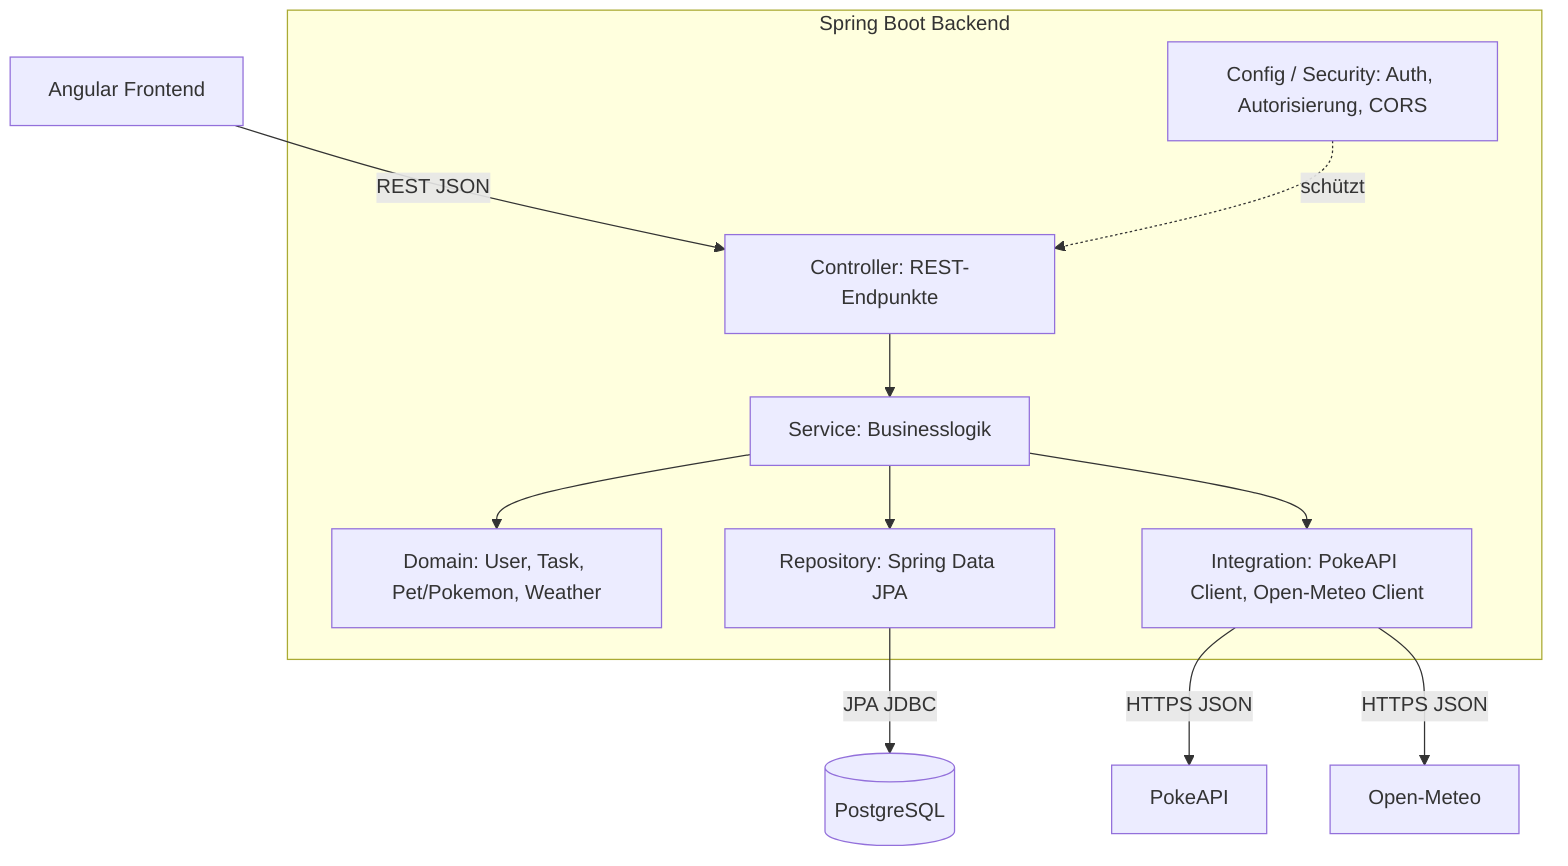
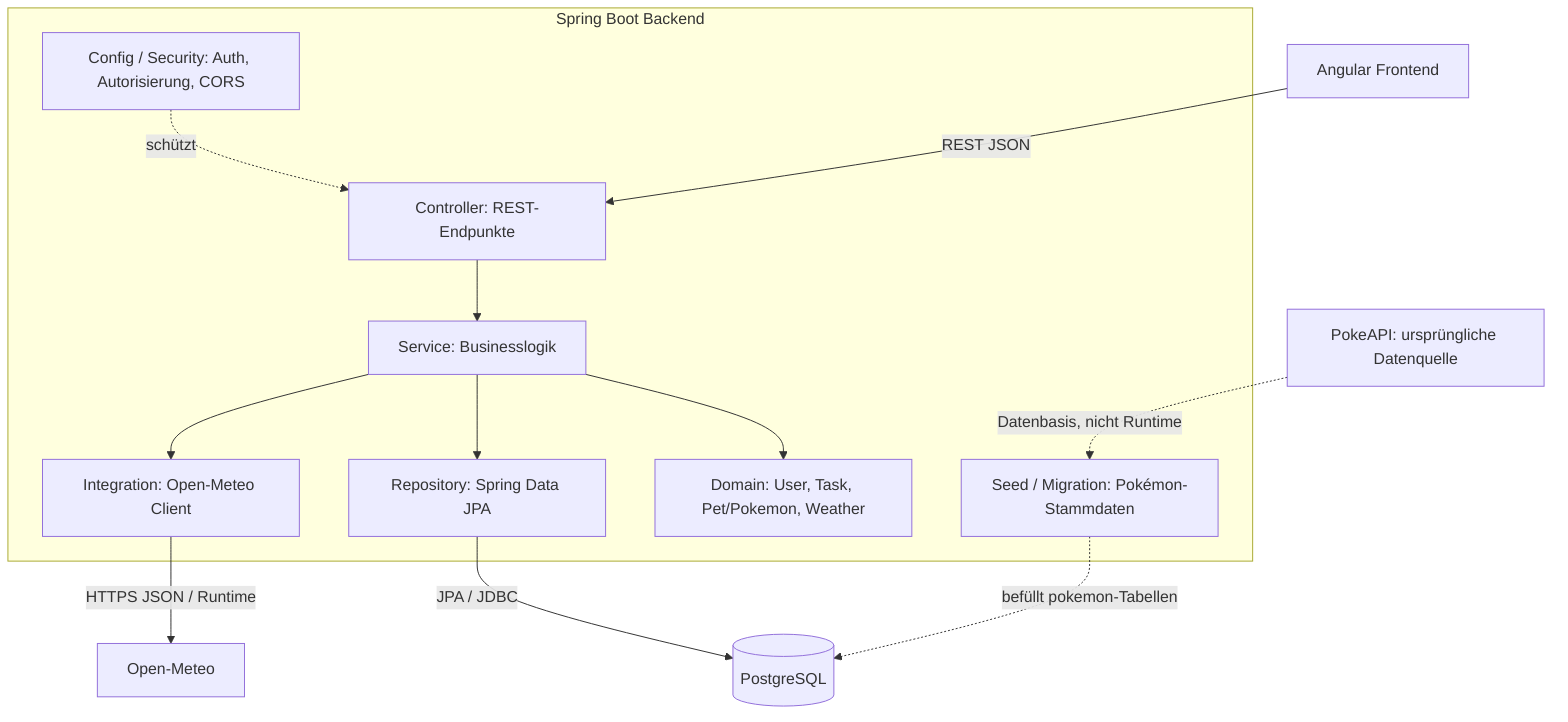
flowchart TB
    FE["Angular Frontend"]

    subgraph BACKEND["Spring Boot Backend"]
        CTRL["Controller: REST-Endpunkte"]
        SEC["Config / Security: Auth, Autorisierung, CORS"]
        SVC["Service: Businesslogik"]
        DOM["Domain: User, Task, Pet/Pokemon, Weather"]
        REPO["Repository: Spring Data JPA"]
-         INT["Integration: PokeAPI Client, Open-Meteo Client"]
+         INT["Integration: Open-Meteo Client"]
+         SEED["Seed / Migration: Pokémon-Stammdaten"]
    end

    DB[(PostgreSQL)]
-     POKEAPI["PokeAPI"]
+     POKEAPI["PokeAPI: ursprüngliche Datenquelle"]
    WEATHER["Open-Meteo"]

    FE -->|REST JSON| CTRL
    SEC -. schützt .-> CTRL
    CTRL --> SVC
    SVC --> DOM
    SVC --> REPO
    SVC --> INT
-     REPO -->|JPA JDBC| DB
-     INT -->|HTTPS JSON| POKEAPI
-     INT -->|HTTPS JSON| WEATHER+     REPO -->|JPA / JDBC| DB
+     INT -->|HTTPS JSON / Runtime| WEATHER
+ 
+     POKEAPI -.->|Datenbasis, nicht Runtime| SEED
+     SEED -.->|befüllt pokemon-Tabellen| DB